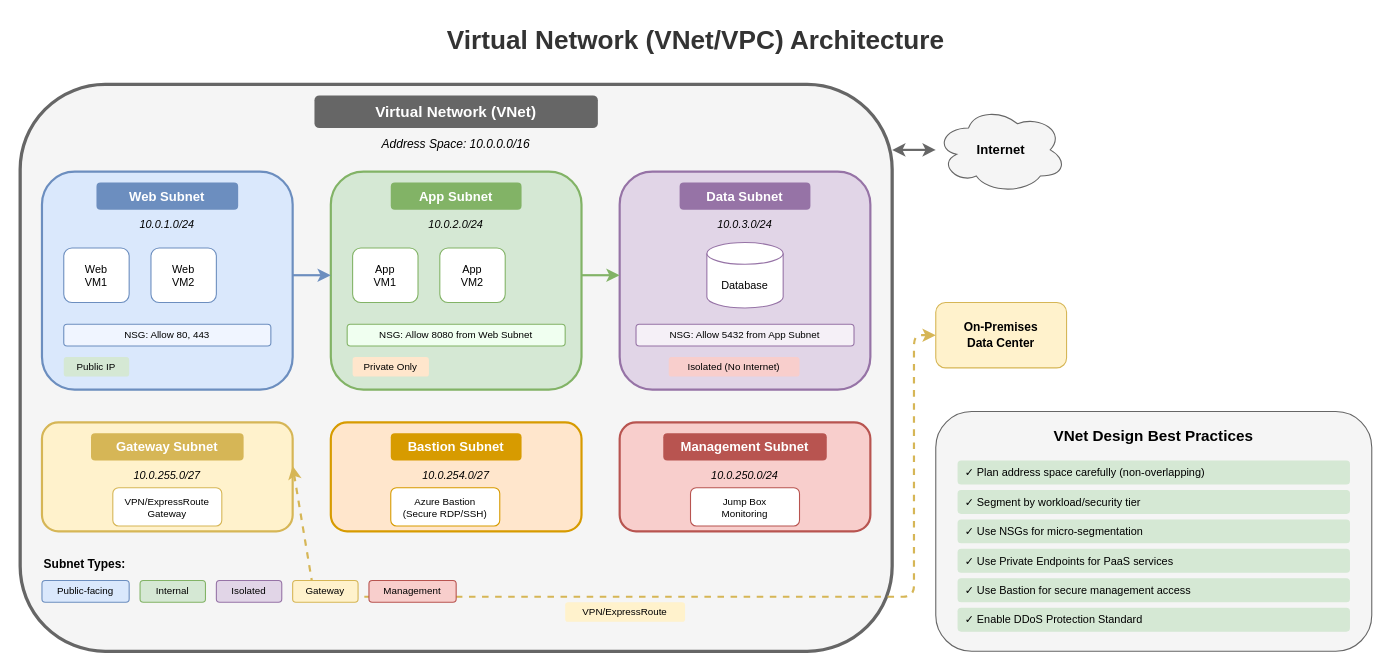
Before: lesson-07-networking/diagrams/2.1-virtual-network.drawio in MrParkerZ7/document-lesson-software-architect-x-claude, a draw.io diagram. Source tidied: cells renumbered, new cells numbered last; positions are measured from the earlier drawing's top-left corner, leaving out a move shared by most shapes. Both pictures are drawn from the tidied source at 109%, with x=0, y=0 at pixel (20, 19).
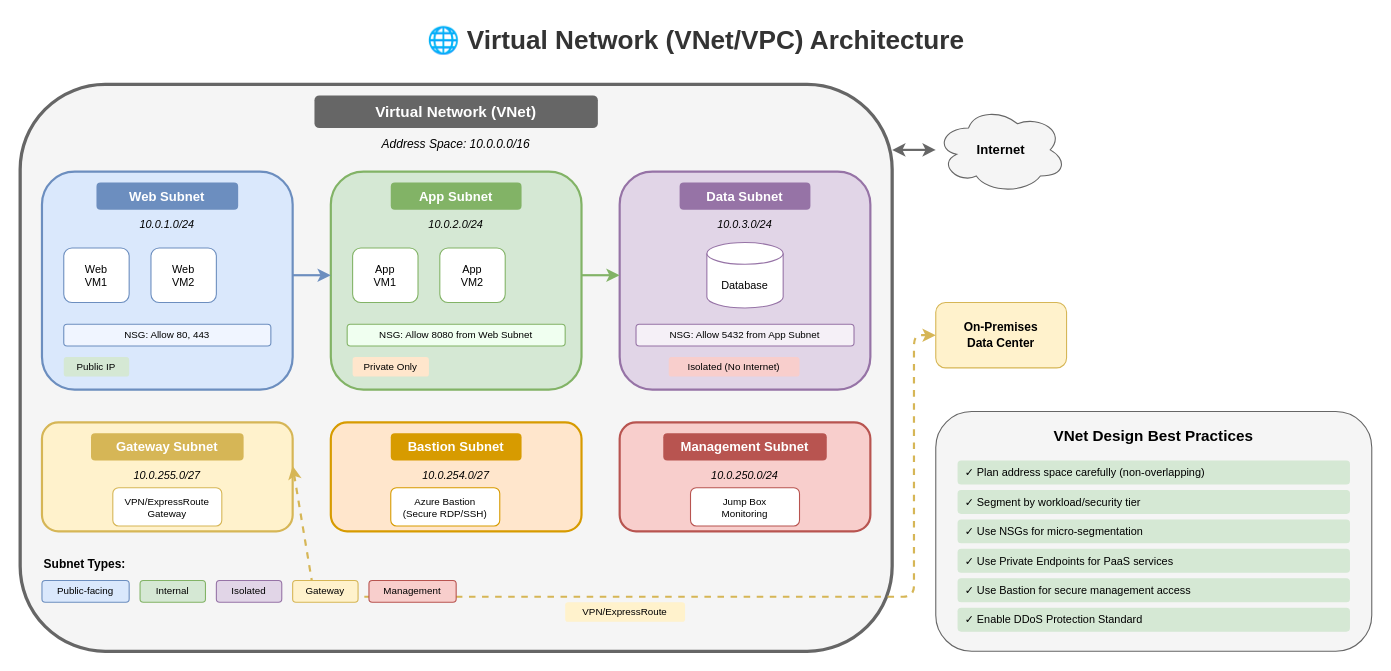
The same page after the edit.

Change to the diagram source:
```diff
@@
-    <mxCell id="2" value="Virtual Network (VNet/VPC) Architecture" style="text;html=1;strokeColor=none;fillColor=none;align=center;verticalAlign=middle;whiteSpace=wrap;rounded=0;fontSize=24;fontStyle=1;fontColor=#333333;" parent="1" vertex="1">
+    <mxCell id="2" value="🌐 Virtual Network (VNet/VPC) Architecture" style="text;html=1;strokeColor=none;fillColor=none;align=center;verticalAlign=middle;whiteSpace=wrap;rounded=0;fontSize=24;fontStyle=1;fontColor=#333333;" parent="1" vertex="1">
       <mxGeometry x="320" width="600" height="40" as="geometry" />
     </mxCell>
```
